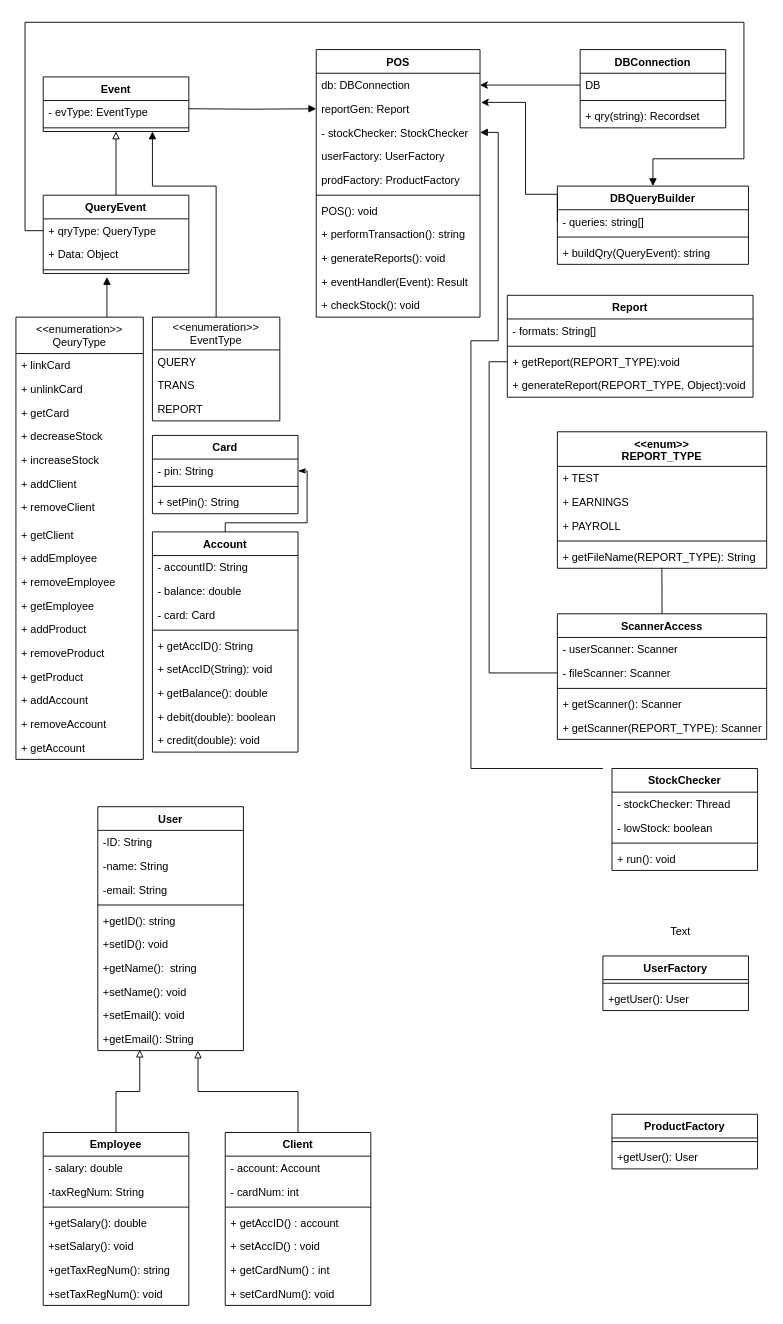
Above: PRG620 grp project (2) (1).drawio in John-Ad/prg2-group-project (draw.io), before the change. Source tidied: cells renumbered, new cells numbered last; positions are measured from the earlier drawing's top-left corner, leaving out a move shared by most shapes. Both pictures are drawn from the tidied source at 91%, with x=0, y=0 at pixel (15, 22).
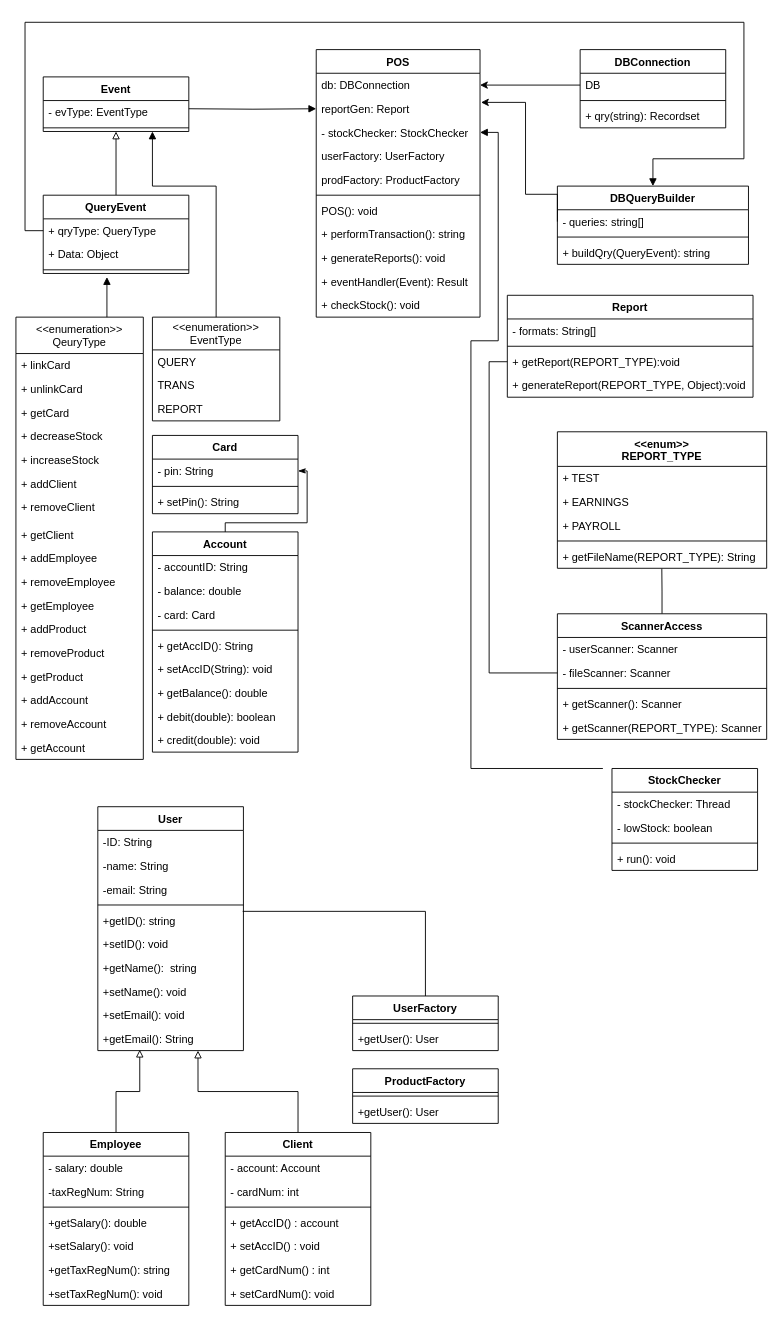
Above is the later version.

The change refers to these unchanged cells:
```xml
<mxCell id="122" value="+getID(): string" style="text;strokeColor=none;fillColor=none;align=left;verticalAlign=top;spacingLeft=4;spacingRight=4;overflow=hidden;points=[[0,0.5],[1,0.5]];portConstraint=eastwest;" parent="117" vertex="1">
  <mxGeometry y="112" width="160" height="26" as="geometry" />
</mxCell>
```

The edit, as a diff of the source:
```diff
@@
-    <mxCell id="107" value="Text" style="text;html=1;align=center;verticalAlign=middle;" parent="1" vertex="1">
-      <mxGeometry x="710" y="990" width="40" height="20" as="geometry" />
-    </mxCell>
@@
+    <mxCell id="134" style="edgeStyle=orthogonalEdgeStyle;rounded=0;jettySize=auto;html=1;exitX=0.5;exitY=0;exitDx=0;exitDy=0;entryX=0.995;entryY=0.115;entryDx=0;entryDy=0;entryPerimeter=0;endArrow=none;endFill=0;" parent="1" edge="1" source="128" target="122">
+      <mxGeometry relative="1" as="geometry" />
+    </mxCell>
     <mxCell id="128" value="UserFactory" style="swimlane;fontStyle=1;align=center;verticalAlign=top;horizontal=1;startSize=26;" parent="1" vertex="1">
-      <mxGeometry x="645" y="1026" width="160" height="60" as="geometry" />
+      <mxGeometry x="370" y="1070" width="160" height="60" as="geometry" />
     </mxCell>
@@
     <mxCell id="131" value="ProductFactory" style="swimlane;fontStyle=1;align=center;verticalAlign=top;horizontal=1;startSize=26;" parent="1" vertex="1">
-      <mxGeometry x="655" y="1200" width="160" height="60" as="geometry" />
+      <mxGeometry x="370" y="1150" width="160" height="60" as="geometry" />
     </mxCell>
```
